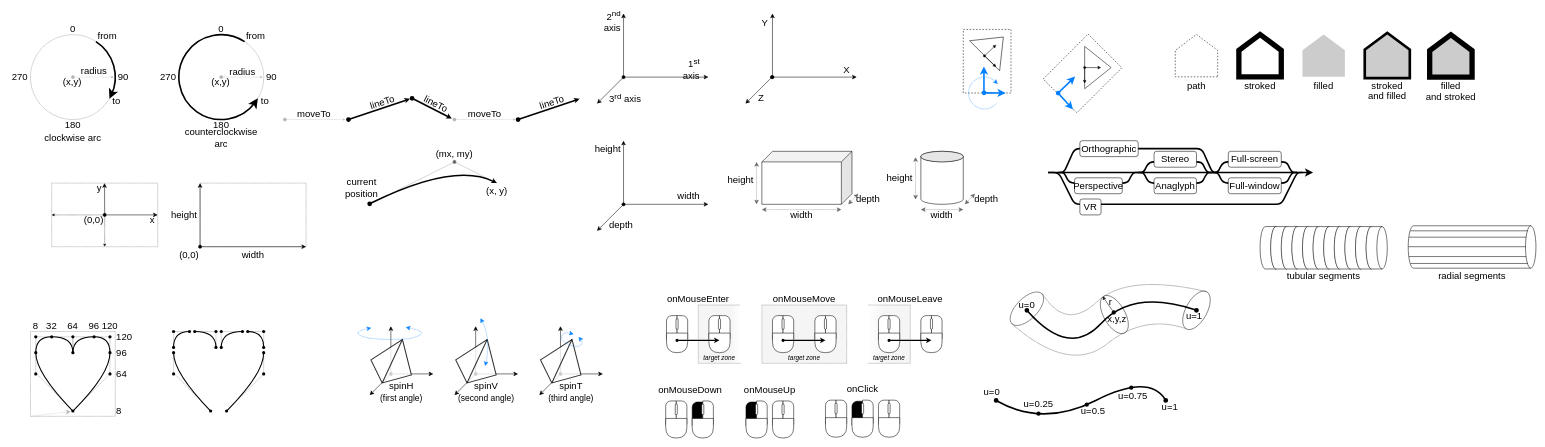
Before: docs/images/images.drawio in boytchev/suica, a draw.io diagram. Source tidied: cells renumbered, new cells numbered last; positions are measured from the earlier drawing's top-left corner, leaving out a move shared by most shapes. Both pictures are drawn from the tidied source at 53%, with x=0, y=0 at pixel (9, 13).
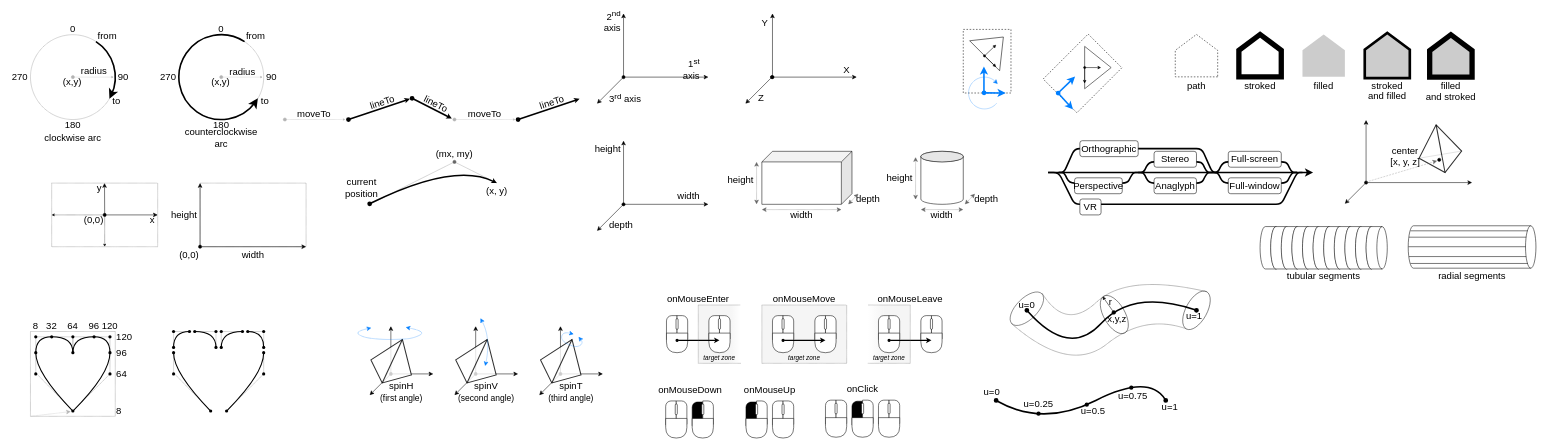
The same page after the edit.

The edit, as a diff of the source:
```diff
@@
+    <mxCell id="339" value="center&lt;br&gt;[x, y, z]" style="text;html=1;strokeColor=none;fillColor=none;align=center;verticalAlign=middle;whiteSpace=wrap;rounded=0;fontFamily=Calibri;fontSize=18;" parent="1" vertex="1">
+      <mxGeometry x="2594" y="250" width="80" height="40" as="geometry" />
+    </mxCell>
+    <mxCell id="340" style="endArrow=classic;html=1;rounded=0;" parent="1" edge="1">
+      <mxGeometry relative="1" as="geometry">
+        <mxPoint x="2560" y="319" as="sourcePoint" />
+        <mxPoint x="2560" y="201" as="targetPoint" />
+      </mxGeometry>
+    </mxCell>
+    <mxCell id="341" style="endArrow=classic;html=1;rounded=0;startArrow=oval;startFill=1;" parent="1" edge="1">
+      <mxGeometry relative="1" as="geometry">
+        <mxPoint x="2560" y="319" as="sourcePoint" />
+        <mxPoint x="2760" y="319" as="targetPoint" />
+      </mxGeometry>
+    </mxCell>
+    <mxCell id="342" style="endArrow=classic;html=1;rounded=0;" parent="1" edge="1">
+      <mxGeometry relative="1" as="geometry">
+        <mxPoint x="2560" y="319" as="sourcePoint" />
+        <mxPoint x="2520" y="359" as="targetPoint" />
+      </mxGeometry>
+    </mxCell>
+    <mxCell id="343" style="endArrow=none;html=1;rounded=0;entryX=0;entryY=0;entryDx=80.29;entryDy=49.50000000000001;entryPerimeter=0;" parent="1" edge="1" target="344">
+      <mxGeometry relative="1" as="geometry">
+        <mxPoint x="2660" y="273" as="sourcePoint" />
+      </mxGeometry>
+    </mxCell>
+    <mxCell id="344" style="verticalLabelPosition=bottom;verticalAlign=top;html=1;shape=mxgraph.basic.pyramid;dx1=0.4;dx2=0.61;dy1=0.7;dy2=0.55;strokeWidth=2;opacity=80;rotation=0;" parent="1" vertex="1">
+      <mxGeometry x="2660" y="210" width="80.3" height="90" as="geometry" />
+    </mxCell>
+    <mxCell id="345" style="endArrow=oval;html=1;rounded=0;startArrow=none;startFill=0;endFill=1;" parent="1" edge="1">
+      <mxGeometry relative="1" as="geometry">
+        <mxPoint x="2696" y="277" as="sourcePoint" />
+        <mxPoint x="2698" y="276" as="targetPoint" />
+      </mxGeometry>
+    </mxCell>
+    <mxCell id="346" style="endArrow=classic;html=1;rounded=0;startArrow=none;startFill=0;dashed=1;strokeColor=#666666;dashPattern=1 2;" parent="1" edge="1">
+      <mxGeometry relative="1" as="geometry">
+        <mxPoint x="2560" y="318" as="sourcePoint" />
+        <mxPoint x="2694" y="278" as="targetPoint" />
+      </mxGeometry>
+    </mxCell>
```
